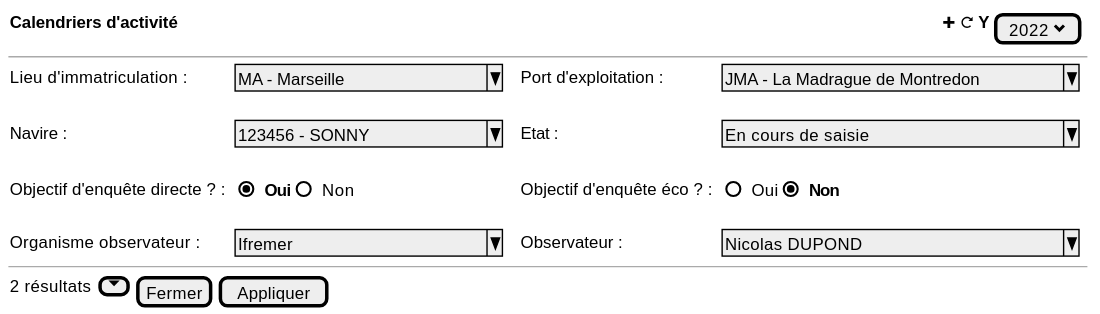
Before: projects/activity-calendar/spe/images/activity-calendar-table-filters.svg, a diagram exported from PlantUML (sumaris-net/sumaris-doc).
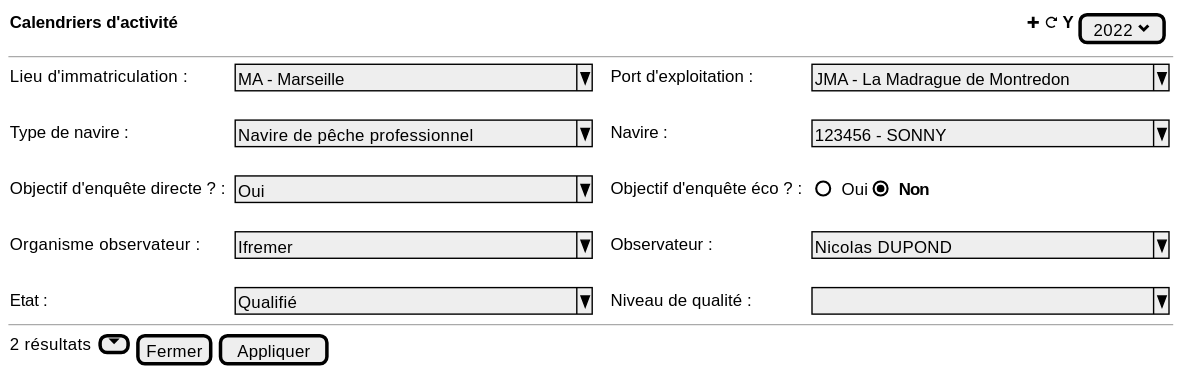
The same file after the commit.

Change to the diagram source:
```diff
@@ -1,18 +1,19 @@
 @startsalt
 {
 
-  {<b>Calendriers d'activité                                                                                                                                                                                      <&plus> <&reload> Y {[2022 <&chevron-bottom>]}}
+  {<b>Calendriers d'activité                                                                                                                                                                                                          <&plus> <&reload> Y {[2022 <&chevron-bottom>]}}
    --
 
     {
-        Lieu d'immatriculation : | . | ^ MA - Marseille       ^ | . | . | Port d'exploitation : | . | ^JMA - La Madrague de Montredon^
+        Lieu d'immatriculation : | . | ^ MA - Marseille               ^ | . | . | Port d'exploitation : | . | ^JMA - La Madrague de Montredon^
         .
-        Navire : | . | ^ 123456 - SONNY       ^ | . | . | Etat : | . | ^En cours de saisie            ^
+        Type de navire : | . | ^ Navire de pêche professionnel^ | . | . | Navire : | . | ^ 123456 - SONNY               ^
         .
-        Objectif d'enquête directe ? :   | . |{ (X) <b>Oui | () Non}|  . | . | Objectif d'enquête éco ? :   | . | { () Oui | (X) <b>Non}
+        Objectif d'enquête directe ? :   | . |^Oui                           ^|  . | . | Objectif d'enquête éco ? :   | . | { () Oui | (X) <b>Non}
         .
-        Organisme observateur :   | . |^ Ifremer              ^ |  . | . | Observateur :   | . | ^ Nicolas DUPOND               ^
-
+        Organisme observateur :   | . |^ Ifremer                      ^ |  . | . | Observateur :   | . | ^ Nicolas DUPOND               ^
+        .
+        Etat : | . | ^Qualifié                      ^ |  . | . | Niveau de qualité :   | . | ^                              ^
     }
 
   --
```
